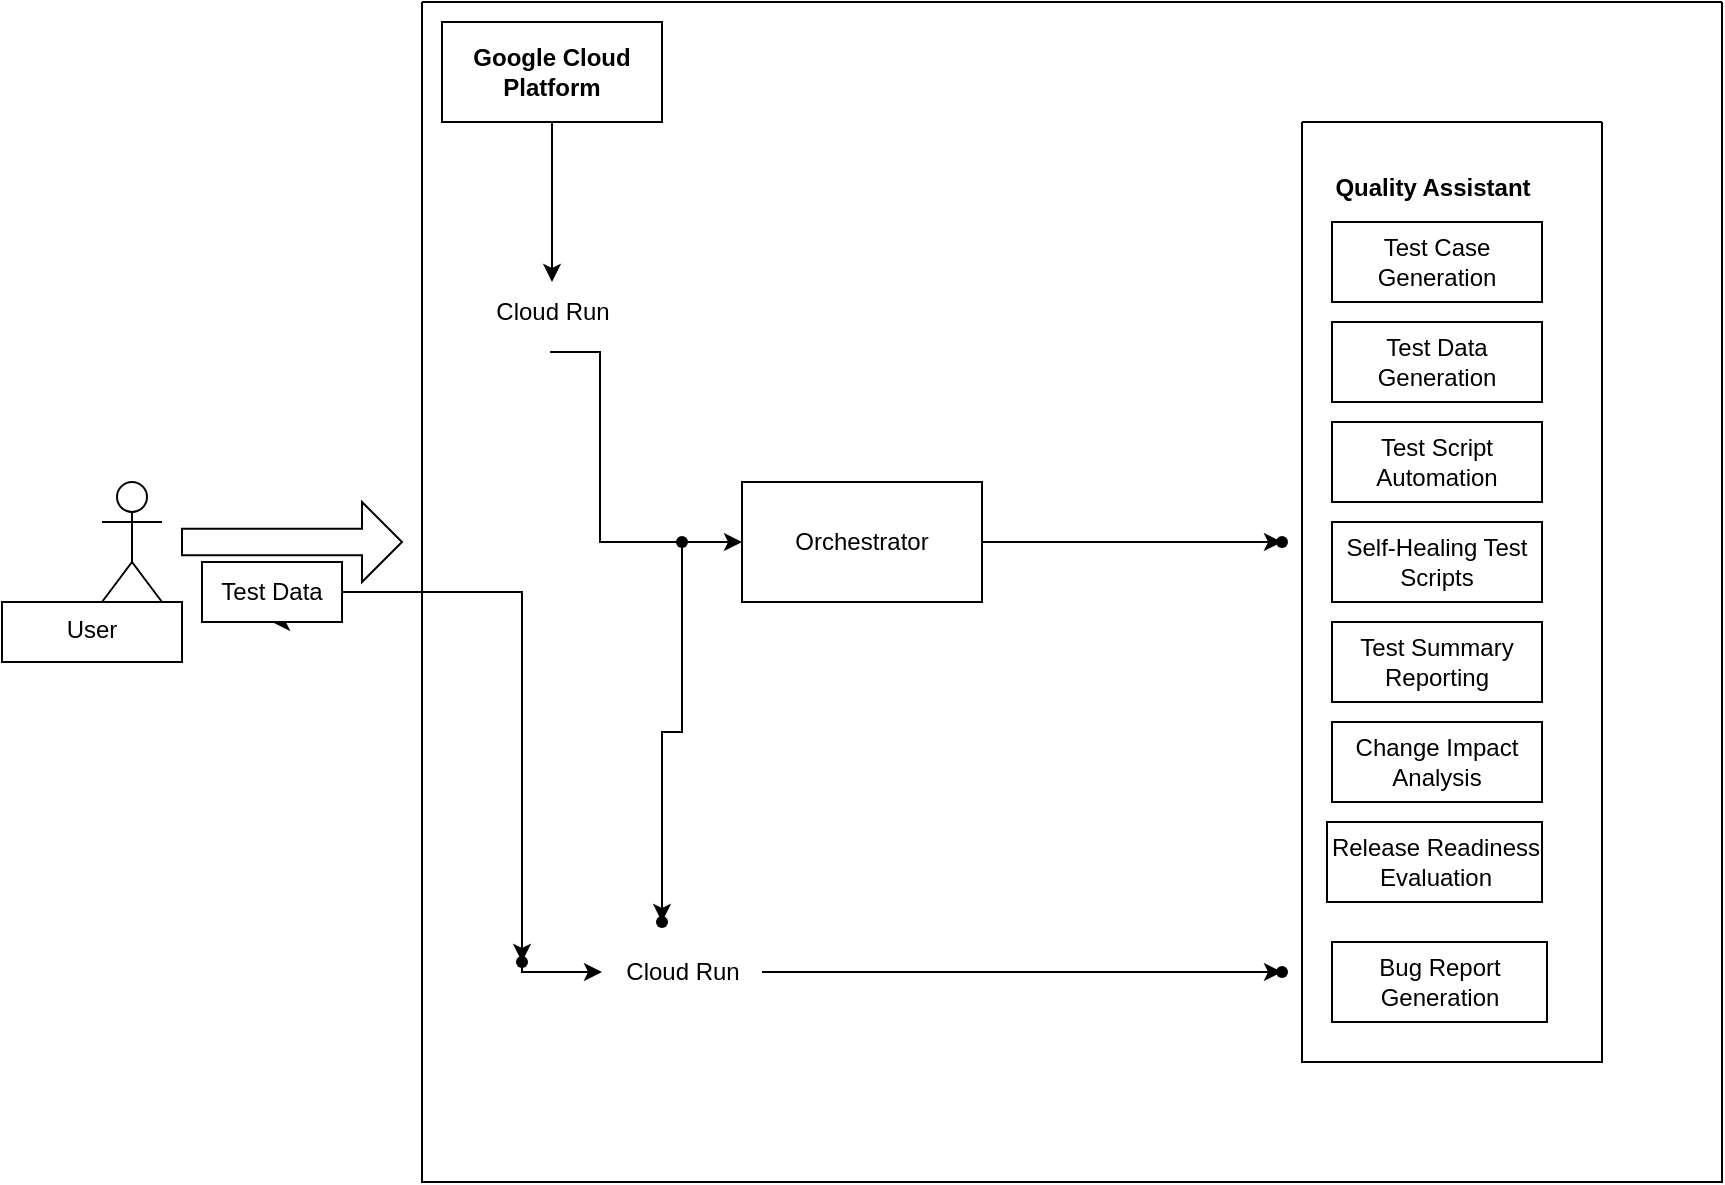
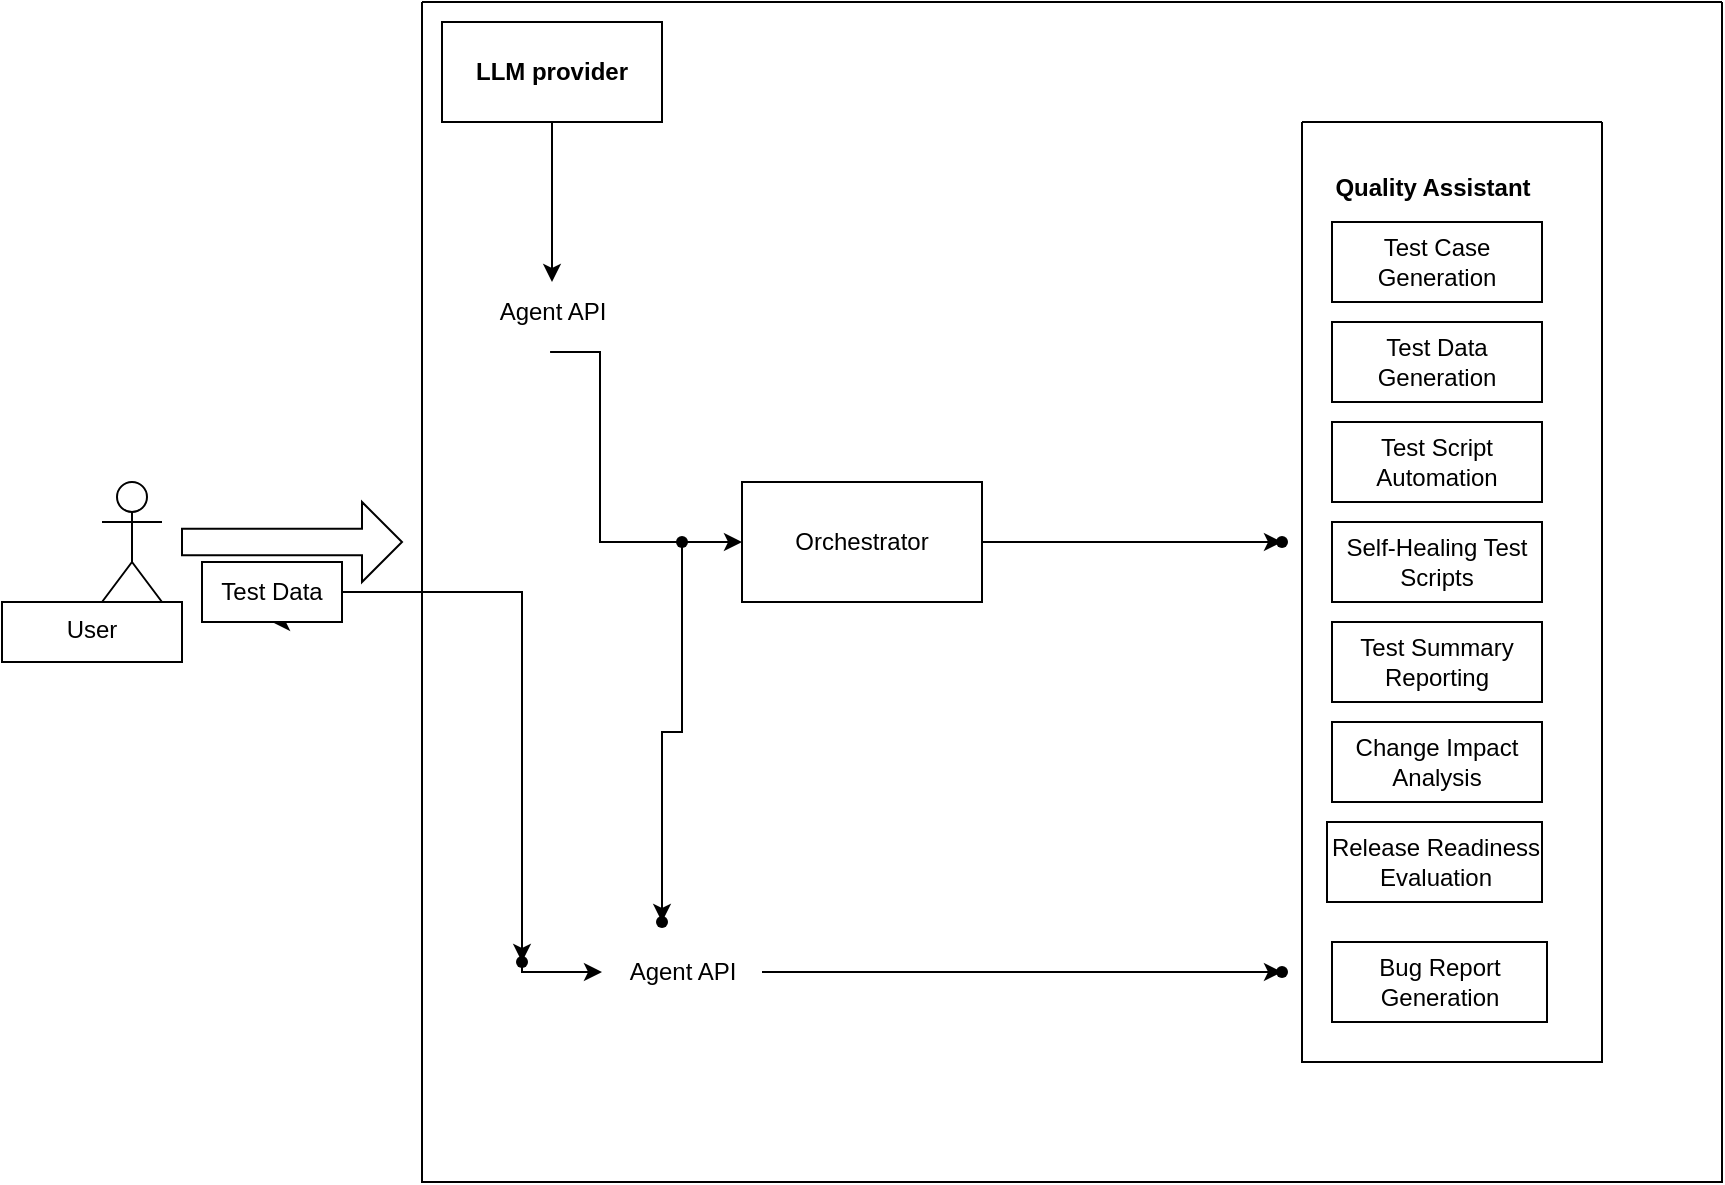
<mxfile host="app.diagrams.net" agent="Mozilla/5.0 (Windows NT 10.0; Win64; x64) AppleWebKit/537.36 (KHTML, like Gecko) Chrome/138.0.0.0 Safari/537.36 Edg/138.0.0.0" version="28.0.5">
  <diagram name="Page-1" id="CmatExlIC_fzdP09Aw9O">
    <mxGraphModel dx="810" dy="1574" grid="1" gridSize="10" guides="1" tooltips="1" connect="1" arrows="1" fold="1" page="1" pageScale="1" pageWidth="850" pageHeight="1100" math="0" shadow="0">
      <root>
        <mxCell id="0" />
        <mxCell id="1" parent="0" />
        <mxCell id="U_QOe1kMNPZ7eYi034il-4" value="" style="edgeStyle=orthogonalEdgeStyle;rounded=0;orthogonalLoop=1;jettySize=auto;html=1;" edge="1" parent="1" source="U_QOe1kMNPZ7eYi034il-2" target="U_QOe1kMNPZ7eYi034il-3">
          <mxGeometry relative="1" as="geometry" />
        </mxCell>
        <mxCell id="U_QOe1kMNPZ7eYi034il-2" value="Actor" style="shape=umlActor;verticalLabelPosition=bottom;verticalAlign=top;html=1;outlineConnect=0;" vertex="1" parent="1">
          <mxGeometry x="50" y="190" width="30" height="60" as="geometry" />
        </mxCell>
        <mxCell id="U_QOe1kMNPZ7eYi034il-3" value="User" style="whiteSpace=wrap;html=1;verticalAlign=top;" vertex="1" parent="1">
          <mxGeometry y="250" width="90" height="30" as="geometry" />
        </mxCell>
        <mxCell id="U_QOe1kMNPZ7eYi034il-7" value="" style="edgeStyle=orthogonalEdgeStyle;rounded=0;orthogonalLoop=1;jettySize=auto;html=1;" edge="1" parent="1" source="U_QOe1kMNPZ7eYi034il-5" target="U_QOe1kMNPZ7eYi034il-6">
          <mxGeometry relative="1" as="geometry" />
        </mxCell>
        <mxCell id="U_QOe1kMNPZ7eYi034il-5" value="" style="html=1;shadow=0;dashed=0;align=center;verticalAlign=middle;shape=mxgraph.arrows2.arrow;dy=0.67;dx=20;notch=0;" vertex="1" parent="1">
          <mxGeometry x="90" y="200" width="110" height="40" as="geometry" />
        </mxCell>
        <mxCell id="U_QOe1kMNPZ7eYi034il-108" value="" style="edgeStyle=orthogonalEdgeStyle;rounded=0;orthogonalLoop=1;jettySize=auto;html=1;" edge="1" parent="1" source="U_QOe1kMNPZ7eYi034il-6" target="U_QOe1kMNPZ7eYi034il-107">
          <mxGeometry relative="1" as="geometry" />
        </mxCell>
        <mxCell id="U_QOe1kMNPZ7eYi034il-6" value="Test Data" style="whiteSpace=wrap;html=1;shadow=0;dashed=0;" vertex="1" parent="1">
          <mxGeometry x="100" y="230" width="70" height="30" as="geometry" />
        </mxCell>
        <mxCell id="U_QOe1kMNPZ7eYi034il-11" value="" style="swimlane;startSize=0;" vertex="1" parent="1">
          <mxGeometry x="210" y="-50" width="650" height="590" as="geometry" />
        </mxCell>
        <mxCell id="U_QOe1kMNPZ7eYi034il-21" value="" style="edgeStyle=orthogonalEdgeStyle;rounded=0;orthogonalLoop=1;jettySize=auto;html=1;" edge="1" parent="U_QOe1kMNPZ7eYi034il-11" source="U_QOe1kMNPZ7eYi034il-13" target="U_QOe1kMNPZ7eYi034il-16">
          <mxGeometry relative="1" as="geometry" />
        </mxCell>
-         <mxCell id="U_QOe1kMNPZ7eYi034il-13" value="Google Cloud Platform" style="whiteSpace=wrap;html=1;fontStyle=1" vertex="1" parent="U_QOe1kMNPZ7eYi034il-11">
+         <mxCell id="U_QOe1kMNPZ7eYi034il-13" value="LLM provider" style="whiteSpace=wrap;html=1;fontStyle=1" vertex="1" parent="U_QOe1kMNPZ7eYi034il-11">
          <mxGeometry x="10" y="10" width="110" height="50" as="geometry" />
        </mxCell>
        <mxCell id="U_QOe1kMNPZ7eYi034il-93" value="" style="edgeStyle=orthogonalEdgeStyle;rounded=0;orthogonalLoop=1;jettySize=auto;html=1;" edge="1" parent="U_QOe1kMNPZ7eYi034il-11" source="U_QOe1kMNPZ7eYi034il-17" target="U_QOe1kMNPZ7eYi034il-92">
          <mxGeometry relative="1" as="geometry" />
        </mxCell>
        <mxCell id="U_QOe1kMNPZ7eYi034il-17" value="" style="shape=waypoint;sketch=0;size=6;pointerEvents=1;points=[];fillColor=none;resizable=0;rotatable=0;perimeter=centerPerimeter;snapToPoint=1;" vertex="1" parent="U_QOe1kMNPZ7eYi034il-11">
          <mxGeometry x="120" y="260" width="20" height="20" as="geometry" />
        </mxCell>
-         <mxCell id="U_QOe1kMNPZ7eYi034il-16" value="Cloud Run" style="text;html=1;align=center;verticalAlign=middle;resizable=0;points=[];autosize=1;strokeColor=none;fillColor=none;" vertex="1" parent="U_QOe1kMNPZ7eYi034il-11">
+         <mxCell id="U_QOe1kMNPZ7eYi034il-16" value="Agent API" style="text;html=1;align=center;verticalAlign=middle;resizable=0;points=[];autosize=1;strokeColor=none;fillColor=none;" vertex="1" parent="U_QOe1kMNPZ7eYi034il-11">
          <mxGeometry x="25" y="140" width="80" height="30" as="geometry" />
        </mxCell>
        <mxCell id="U_QOe1kMNPZ7eYi034il-37" value="" style="swimlane;startSize=0;" vertex="1" parent="U_QOe1kMNPZ7eYi034il-11">
          <mxGeometry x="440" y="60" width="150" height="470" as="geometry" />
        </mxCell>
        <mxCell id="U_QOe1kMNPZ7eYi034il-40" value="Quality Assistant" style="text;html=1;align=center;verticalAlign=middle;resizable=0;points=[];autosize=1;strokeColor=none;fillColor=none;fontStyle=1;strokeWidth=1;" vertex="1" parent="U_QOe1kMNPZ7eYi034il-37">
          <mxGeometry x="10" y="18" width="110" height="30" as="geometry" />
        </mxCell>
        <mxCell id="U_QOe1kMNPZ7eYi034il-41" value="Test Case Generation" style="whiteSpace=wrap;html=1;" vertex="1" parent="U_QOe1kMNPZ7eYi034il-37">
          <mxGeometry x="15" y="50" width="105" height="40" as="geometry" />
        </mxCell>
        <mxCell id="U_QOe1kMNPZ7eYi034il-58" value="Test Data Generation" style="whiteSpace=wrap;html=1;" vertex="1" parent="U_QOe1kMNPZ7eYi034il-37">
          <mxGeometry x="15" y="100" width="105" height="40" as="geometry" />
        </mxCell>
        <mxCell id="U_QOe1kMNPZ7eYi034il-59" value="Test Script Automation" style="whiteSpace=wrap;html=1;" vertex="1" parent="U_QOe1kMNPZ7eYi034il-37">
          <mxGeometry x="15" y="150" width="105" height="40" as="geometry" />
        </mxCell>
        <mxCell id="U_QOe1kMNPZ7eYi034il-60" value="Self-Healing Test Scripts" style="whiteSpace=wrap;html=1;" vertex="1" parent="U_QOe1kMNPZ7eYi034il-37">
          <mxGeometry x="15" y="200" width="105" height="40" as="geometry" />
        </mxCell>
        <mxCell id="U_QOe1kMNPZ7eYi034il-73" value="Test Summary Reporting" style="whiteSpace=wrap;html=1;" vertex="1" parent="U_QOe1kMNPZ7eYi034il-37">
          <mxGeometry x="15" y="250" width="105" height="40" as="geometry" />
        </mxCell>
        <mxCell id="U_QOe1kMNPZ7eYi034il-74" value="Change Impact Analysis" style="whiteSpace=wrap;html=1;" vertex="1" parent="U_QOe1kMNPZ7eYi034il-37">
          <mxGeometry x="15" y="300" width="105" height="40" as="geometry" />
        </mxCell>
        <mxCell id="U_QOe1kMNPZ7eYi034il-75" value="Release Readiness Evaluation" style="whiteSpace=wrap;html=1;" vertex="1" parent="U_QOe1kMNPZ7eYi034il-37">
          <mxGeometry x="12.5" y="350" width="107.5" height="40" as="geometry" />
        </mxCell>
        <mxCell id="U_QOe1kMNPZ7eYi034il-77" value="Bug Report Generation" style="whiteSpace=wrap;html=1;" vertex="1" parent="U_QOe1kMNPZ7eYi034il-37">
          <mxGeometry x="15" y="410" width="107.5" height="40" as="geometry" />
        </mxCell>
        <mxCell id="U_QOe1kMNPZ7eYi034il-87" value="" style="shape=waypoint;sketch=0;size=6;pointerEvents=1;points=[];fillColor=default;resizable=0;rotatable=0;perimeter=centerPerimeter;snapToPoint=1;" vertex="1" parent="U_QOe1kMNPZ7eYi034il-11">
          <mxGeometry x="420" y="260" width="20" height="20" as="geometry" />
        </mxCell>
        <mxCell id="U_QOe1kMNPZ7eYi034il-92" value="" style="shape=waypoint;sketch=0;size=6;pointerEvents=1;points=[];fillColor=none;resizable=0;rotatable=0;perimeter=centerPerimeter;snapToPoint=1;" vertex="1" parent="U_QOe1kMNPZ7eYi034il-11">
          <mxGeometry x="110" y="450" width="20" height="20" as="geometry" />
        </mxCell>
        <mxCell id="U_QOe1kMNPZ7eYi034il-96" value="" style="edgeStyle=orthogonalEdgeStyle;rounded=0;orthogonalLoop=1;jettySize=auto;html=1;" edge="1" parent="U_QOe1kMNPZ7eYi034il-11" source="U_QOe1kMNPZ7eYi034il-94" target="U_QOe1kMNPZ7eYi034il-95">
          <mxGeometry relative="1" as="geometry" />
        </mxCell>
-         <mxCell id="U_QOe1kMNPZ7eYi034il-94" value="Cloud Run" style="text;html=1;align=center;verticalAlign=middle;resizable=0;points=[];autosize=1;strokeColor=none;fillColor=none;" vertex="1" parent="U_QOe1kMNPZ7eYi034il-11">
+         <mxCell id="U_QOe1kMNPZ7eYi034il-94" value="Agent API" style="text;html=1;align=center;verticalAlign=middle;resizable=0;points=[];autosize=1;strokeColor=none;fillColor=none;" vertex="1" parent="U_QOe1kMNPZ7eYi034il-11">
          <mxGeometry x="90" y="470" width="80" height="30" as="geometry" />
        </mxCell>
        <mxCell id="U_QOe1kMNPZ7eYi034il-95" value="" style="shape=waypoint;sketch=0;size=6;pointerEvents=1;points=[];fillColor=none;resizable=0;rotatable=0;perimeter=centerPerimeter;snapToPoint=1;" vertex="1" parent="U_QOe1kMNPZ7eYi034il-11">
          <mxGeometry x="420" y="475" width="20" height="20" as="geometry" />
        </mxCell>
        <mxCell id="U_QOe1kMNPZ7eYi034il-111" value="" style="edgeStyle=orthogonalEdgeStyle;rounded=0;orthogonalLoop=1;jettySize=auto;html=1;" edge="1" parent="U_QOe1kMNPZ7eYi034il-11" source="U_QOe1kMNPZ7eYi034il-107" target="U_QOe1kMNPZ7eYi034il-94">
          <mxGeometry relative="1" as="geometry">
            <Array as="points">
              <mxPoint x="50" y="485" />
            </Array>
          </mxGeometry>
        </mxCell>
        <mxCell id="U_QOe1kMNPZ7eYi034il-107" value="" style="shape=waypoint;sketch=0;size=6;pointerEvents=1;points=[];fillColor=default;resizable=0;rotatable=0;perimeter=centerPerimeter;snapToPoint=1;shadow=0;dashed=0;" vertex="1" parent="U_QOe1kMNPZ7eYi034il-11">
          <mxGeometry x="40" y="470" width="20" height="20" as="geometry" />
        </mxCell>
        <mxCell id="U_QOe1kMNPZ7eYi034il-88" value="" style="edgeStyle=orthogonalEdgeStyle;rounded=0;orthogonalLoop=1;jettySize=auto;html=1;" edge="1" parent="1" source="U_QOe1kMNPZ7eYi034il-26" target="U_QOe1kMNPZ7eYi034il-87">
          <mxGeometry relative="1" as="geometry" />
        </mxCell>
        <mxCell id="U_QOe1kMNPZ7eYi034il-26" value="Orchestrator" style="whiteSpace=wrap;html=1;" vertex="1" parent="1">
          <mxGeometry x="370" y="190" width="120" height="60" as="geometry" />
        </mxCell>
        <mxCell id="U_QOe1kMNPZ7eYi034il-25" value="" style="edgeStyle=orthogonalEdgeStyle;rounded=0;orthogonalLoop=1;jettySize=auto;html=1;entryX=0;entryY=0.5;entryDx=0;entryDy=0;exitX=0.488;exitY=1.167;exitDx=0;exitDy=0;exitPerimeter=0;" edge="1" parent="1" source="U_QOe1kMNPZ7eYi034il-16" target="U_QOe1kMNPZ7eYi034il-26">
          <mxGeometry relative="1" as="geometry">
            <mxPoint x="300" y="260" as="targetPoint" />
            <Array as="points">
              <mxPoint x="299" y="220" />
            </Array>
          </mxGeometry>
        </mxCell>
      </root>
    </mxGraphModel>
  </diagram>
</mxfile>
